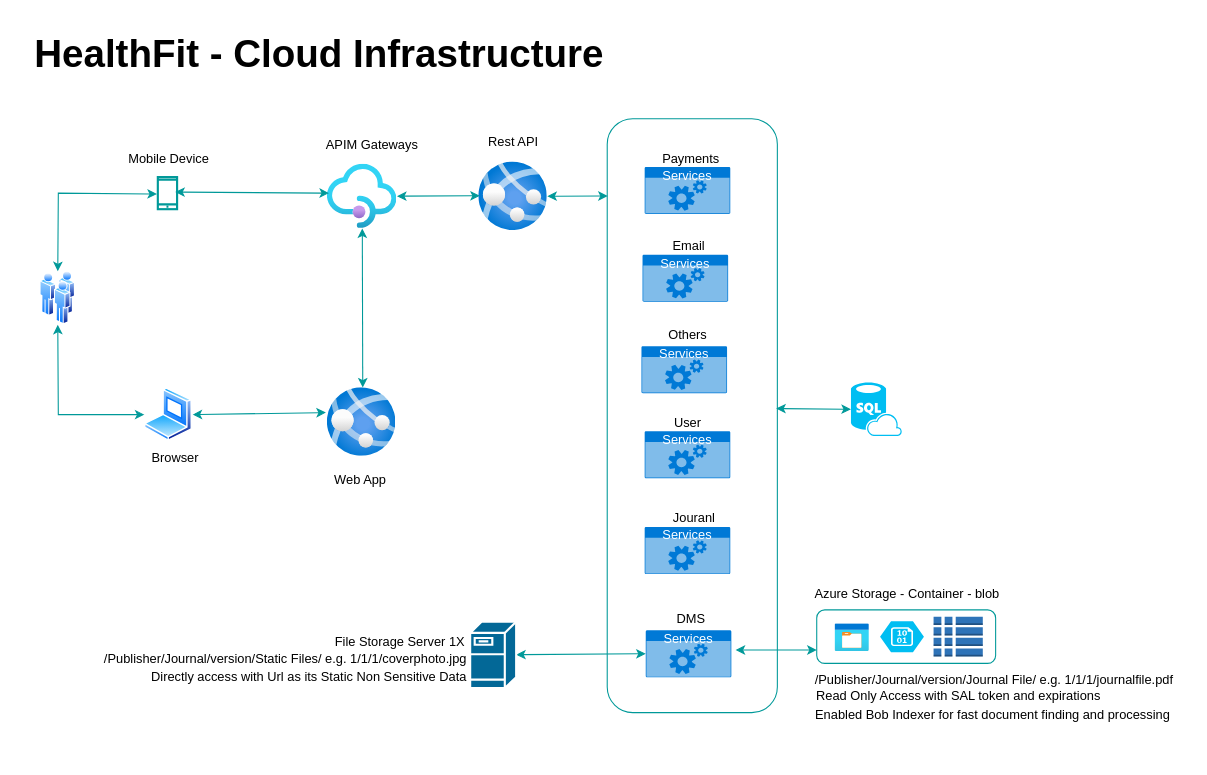
The draw.io diagram Requirement Documents/HealthFit - Cloud Architecture Diagram.drawio in vishalbajad/HealthFit, before the edit. Source tidied: cells renumbered, new cells numbered last; positions are measured from the earlier drawing's top-left corner, leaving out a move shared by most shapes. Both pictures are drawn from the tidied source at 107%, with x=0, y=0 at pixel (18, 18).
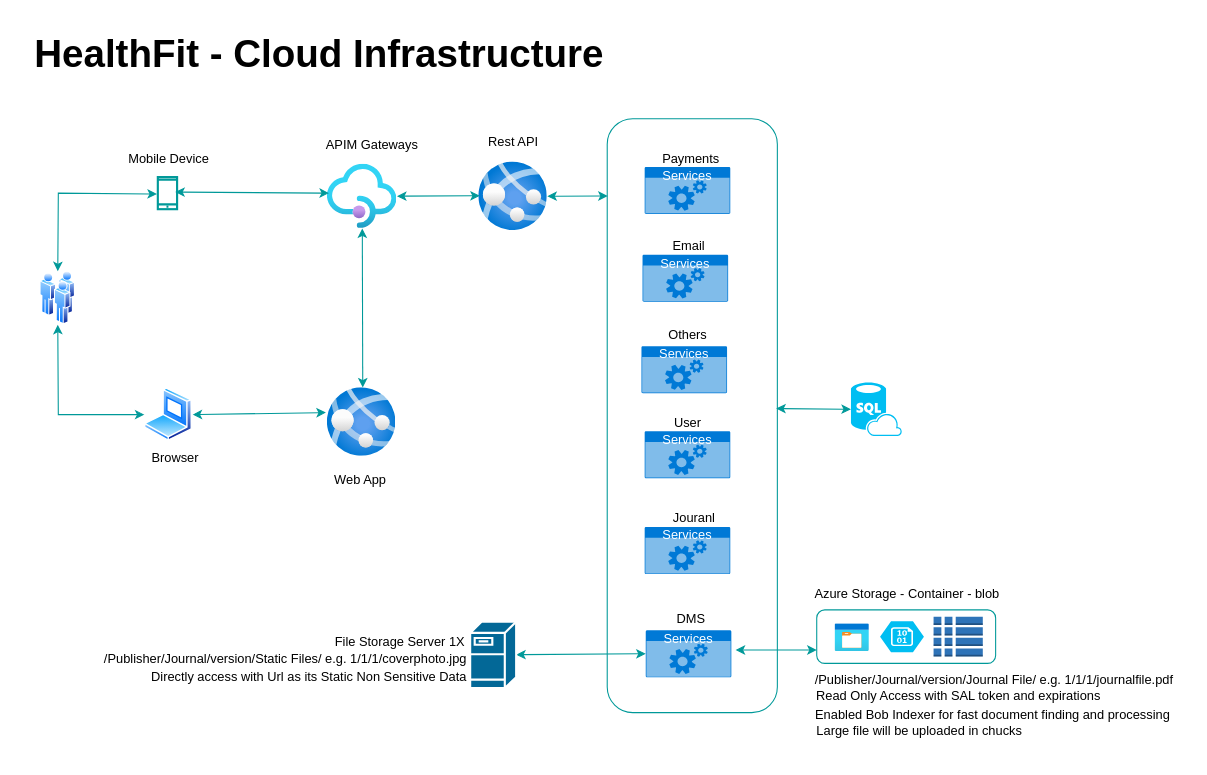
The same page after the edit.

The edit, as a diff of the source:
```diff
@@
     <mxCell id="38" style="group;" parent="1" vertex="1">
-      <mxGeometry x="730" y="522.5" width="362.8" height="143" as="geometry" />
+      <mxGeometry x="730" y="522.5" width="362.8" height="167.5" as="geometry" />
     </mxCell>
@@
+    <mxCell id="54" value="Large file will be uploaded in chucks" style="text;html=1;strokeColor=none;fillColor=none;align=center;verticalAlign=middle;whiteSpace=wrap;rounded=0;" parent="38" vertex="1">
+      <mxGeometry y="128.5" width="224" height="30" as="geometry" />
+    </mxCell>
```
